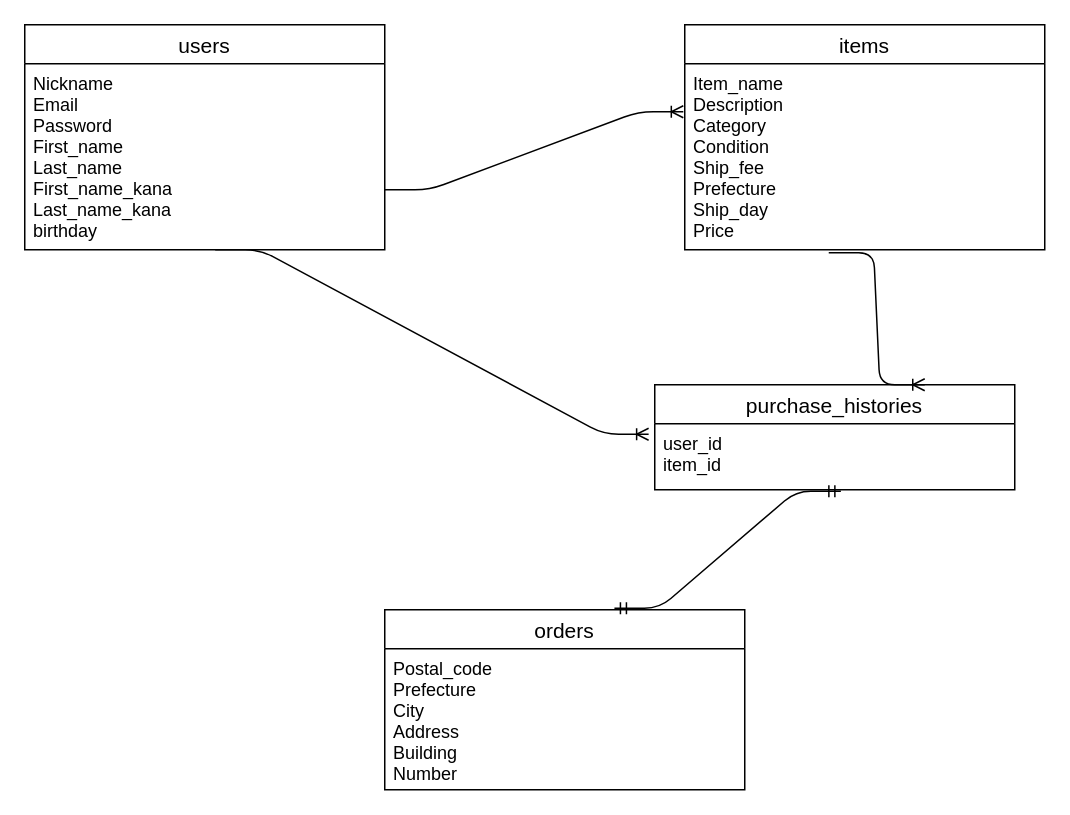
ogguraaaaa/furima-36552 keeps this draw.io diagram as ER図.dio. Above is the earlier version. Source tidied: cells renumbered, new cells numbered last; positions are measured from the earlier drawing's top-left corner, leaving out a move shared by most shapes. Both pictures are drawn from the tidied source at 150%, with x=0, y=0 at pixel (24, 24).
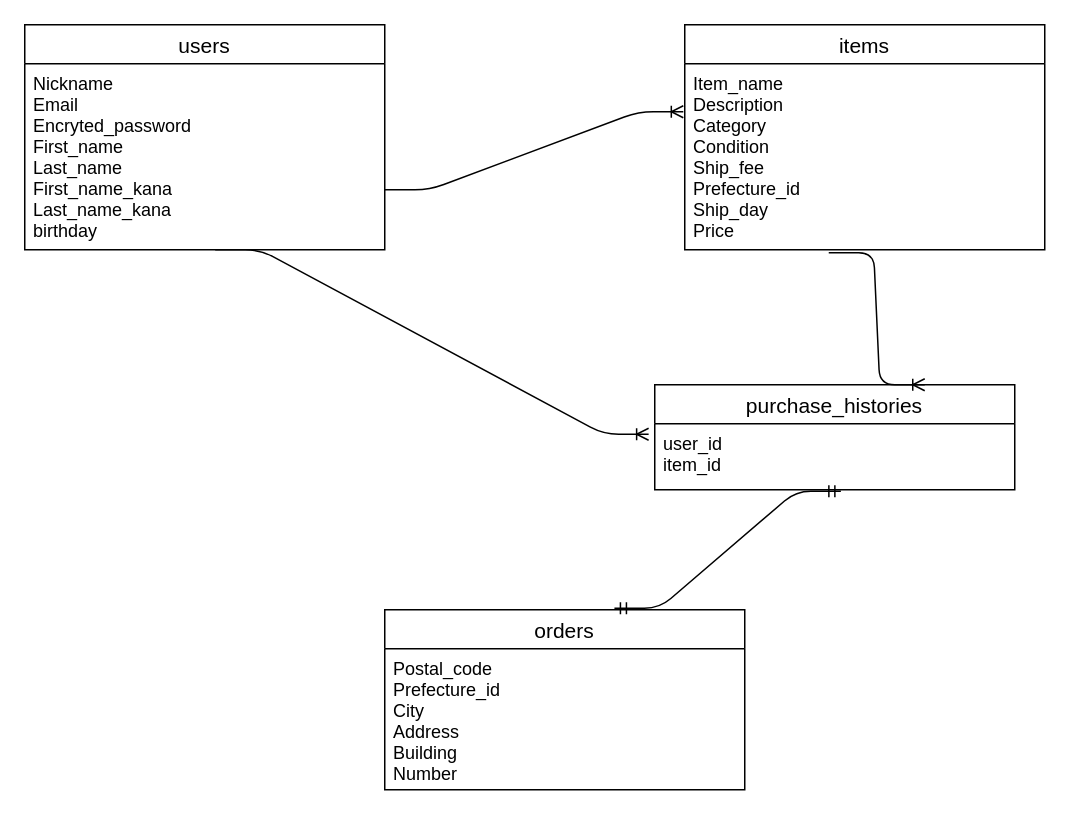
Above is the later version.

The edit, as a diff of the source:
```diff
@@
 <mxGraphModel>
   <root>
     <mxCell id="0" />
     <mxCell id="1" parent="0" />
     <mxCell id="2" value="users" style="swimlane;fontStyle=0;horizontal=1;startSize=26;align=center;fontSize=14;" parent="1" vertex="1">
       <mxGeometry width="240" height="150" as="geometry" />
     </mxCell>
-    <mxCell id="3" value="Nickname&#10;Email&#10;Password&#10;First_name&#10;Last_name&#10;First_name_kana&#10;Last_name_kana&#10;birthday&#10;" style="text;strokeColor=none;fillColor=none;spacingLeft=4;spacingRight=4;overflow=hidden;points=[[0,0.5],[1,0.5]];portConstraint=eastwest;fontSize=12;" parent="2" vertex="1">
+    <mxCell id="3" value="Nickname&#10;Email&#10;Encryted_password&#10;First_name&#10;Last_name&#10;First_name_kana&#10;Last_name_kana&#10;birthday&#10;" style="text;strokeColor=none;fillColor=none;spacingLeft=4;spacingRight=4;overflow=hidden;points=[[0,0.5],[1,0.5]];portConstraint=eastwest;fontSize=12;" parent="2" vertex="1">
       <mxGeometry y="26" width="240" height="124" as="geometry" />
     </mxCell>
     <mxCell id="4" value="items" style="swimlane;fontStyle=0;horizontal=1;startSize=26;align=center;fontSize=14;" parent="1" vertex="1">
       <mxGeometry x="440" width="240" height="150" as="geometry" />
     </mxCell>
-    <mxCell id="5" value="Item_name&#10;Description&#10;Category&#10;Condition&#10;Ship_fee&#10;Prefecture&#10;Ship_day&#10;Price&#10;" style="text;strokeColor=none;fillColor=none;spacingLeft=4;spacingRight=4;overflow=hidden;points=[[0,0.5],[1,0.5]];portConstraint=eastwest;fontSize=12;" parent="4" vertex="1">
+    <mxCell id="5" value="Item_name&#10;Description&#10;Category&#10;Condition&#10;Ship_fee&#10;Prefecture_id&#10;Ship_day&#10;Price&#10;" style="text;strokeColor=none;fillColor=none;spacingLeft=4;spacingRight=4;overflow=hidden;points=[[0,0.5],[1,0.5]];portConstraint=eastwest;fontSize=12;" parent="4" vertex="1">
       <mxGeometry y="26" width="240" height="124" as="geometry" />
     </mxCell>
     <mxCell id="6" value="orders" style="swimlane;fontStyle=0;horizontal=1;startSize=26;align=center;fontSize=14;" parent="1" vertex="1">
       <mxGeometry x="240" y="390" width="240" height="120" as="geometry" />
     </mxCell>
-    <mxCell id="7" value="Postal_code&#10;Prefecture&#10;City&#10;Address&#10;Building&#10;Number" style="text;strokeColor=none;fillColor=none;spacingLeft=4;spacingRight=4;overflow=hidden;fontSize=12;" parent="6" vertex="1">
+    <mxCell id="7" value="Postal_code&#10;Prefecture_id&#10;City&#10;Address&#10;Building&#10;Number" style="text;strokeColor=none;fillColor=none;spacingLeft=4;spacingRight=4;overflow=hidden;fontSize=12;" parent="6" vertex="1">
       <mxGeometry y="26" width="240" height="94" as="geometry" />
     </mxCell>
     <mxCell id="8" value="purchase_histories" style="swimlane;fontStyle=0;horizontal=1;startSize=26;align=center;fontSize=14;" parent="1" vertex="1">
       <mxGeometry x="420" y="240" width="240" height="70" as="geometry" />
     </mxCell>
     <mxCell id="9" value="user_id&#10;item_id" style="text;strokeColor=none;fillColor=none;spacingLeft=4;spacingRight=4;overflow=hidden;points=[[0,0.5],[1,0.5]];portConstraint=eastwest;fontSize=12;" parent="8" vertex="1">
       <mxGeometry y="26" width="240" height="44" as="geometry" />
     </mxCell>
     <mxCell id="10" style="edgeStyle=entityRelationEdgeStyle;fontSize=12;html=1;endArrow=ERoneToMany;entryX=-0.004;entryY=0.258;entryDx=0;entryDy=0;entryPerimeter=0;" parent="1" edge="1" target="5">
       <mxGeometry relative="1" as="geometry">
         <mxPoint x="240" y="110" as="sourcePoint" />
       </mxGeometry>
     </mxCell>
     <mxCell id="11" style="edgeStyle=entityRelationEdgeStyle;fontSize=12;html=1;endArrow=ERmandOne;startArrow=ERmandOne;entryX=0.517;entryY=1.023;entryDx=0;entryDy=0;entryPerimeter=0;exitX=0.638;exitY=-0.008;exitDx=0;exitDy=0;exitPerimeter=0;" parent="1" edge="1" source="6" target="9">
       <mxGeometry relative="1" as="geometry" />
     </mxCell>
     <mxCell id="12" style="edgeStyle=entityRelationEdgeStyle;fontSize=12;html=1;endArrow=ERoneToMany;exitX=0.529;exitY=1;exitDx=0;exitDy=0;exitPerimeter=0;entryX=-0.017;entryY=0.159;entryDx=0;entryDy=0;entryPerimeter=0;" parent="1" edge="1" source="3" target="9">
       <mxGeometry relative="1" as="geometry" />
     </mxCell>
     <mxCell id="13" style="edgeStyle=entityRelationEdgeStyle;fontSize=12;html=1;endArrow=ERoneToMany;exitX=0.4;exitY=1.016;exitDx=0;exitDy=0;exitPerimeter=0;entryX=0.75;entryY=0;entryDx=0;entryDy=0;" parent="1" edge="1" source="5" target="8">
       <mxGeometry relative="1" as="geometry" />
     </mxCell>
   </root>
 </mxGraphModel>
```
